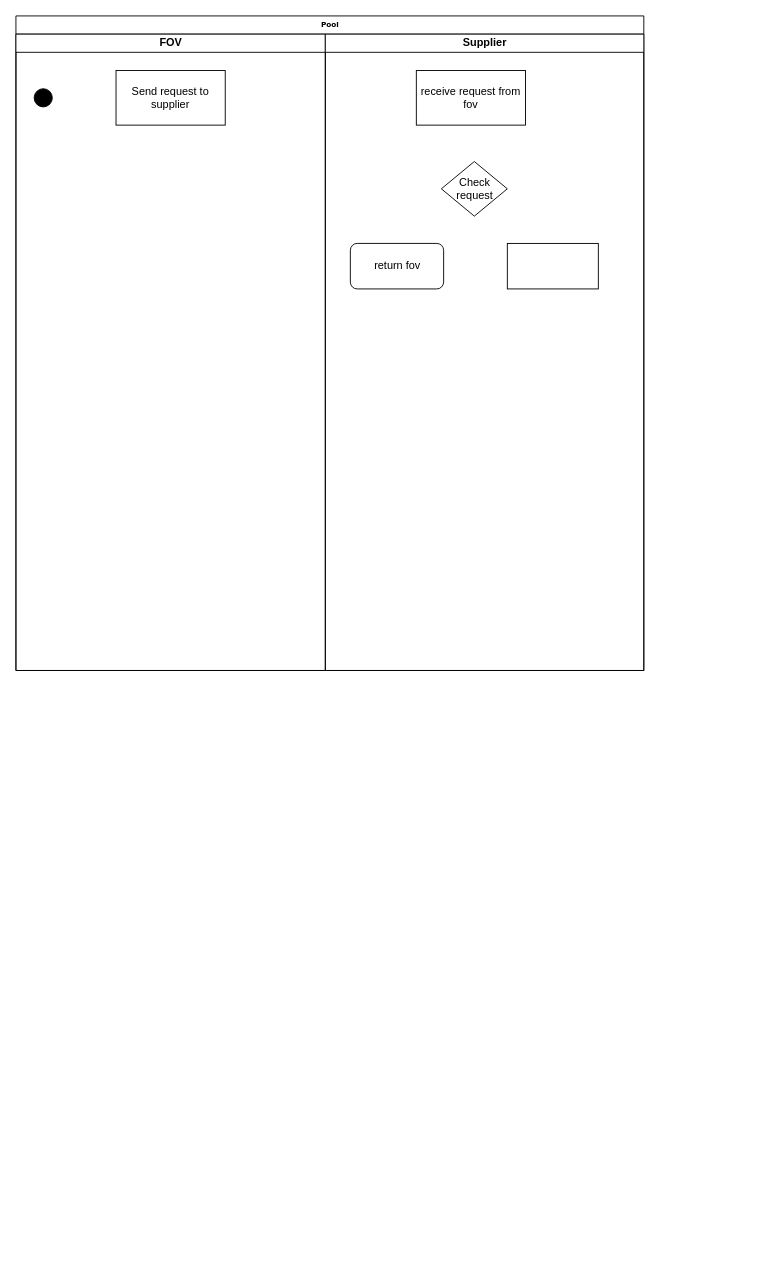
Earlier version of the draw.io diagram Biểu đồ không có tiêu đề.drawio (jaysonguyen/Shopee). Source tidied: cells renumbered, new cells numbered last; positions are measured from the earlier drawing's top-left corner, leaving out a move shared by most shapes. Both pictures are drawn from the tidied source at 91%, with x=0, y=0 at pixel (15, 15).
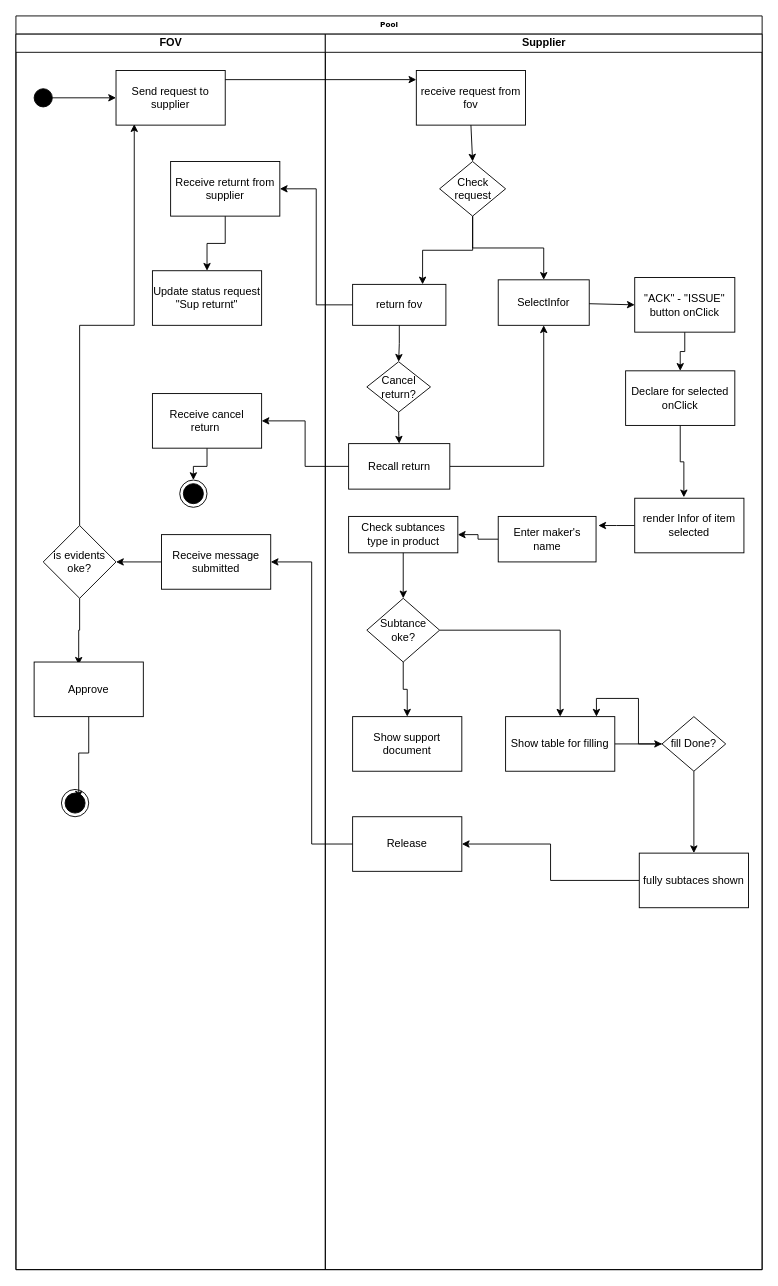
The same diagram, later.

The change refers to these unchanged cells:
```xml
<mxCell id="4" style="ellipse;fillColor=strokeColor;html=1;" parent="3" vertex="1">
  <mxGeometry x="20" y="60" width="20" height="20" as="geometry" />
</mxCell>
<mxCell id="5" value="Send request to supplier" style="rounded=0;whiteSpace=wrap;html=1;" parent="3" vertex="1">
  <mxGeometry x="110" y="40" width="120" height="60" as="geometry" />
</mxCell>
<mxCell id="7" value="receive request from fov" style="rounded=0;whiteSpace=wrap;html=1;" parent="6" vertex="1">
  <mxGeometry x="100" y="40" width="120" height="60" as="geometry" />
</mxCell>
```

The edit, as a diff of the source:
```diff
@@
     <mxCell id="2" value="Pool" style="swimlane;html=1;startSize=20;rounded=0;shadow=0;labelBackgroundColor=none;strokeWidth=1;fontFamily=Verdana;fontSize=8;align=center;" parent="1" vertex="1">
-      <mxGeometry width="690" height="719.3" as="geometry" />
+      <mxGeometry width="820" height="1377.7" as="geometry" />
     </mxCell>
     <mxCell id="3" value="FOV" style="swimlane;html=1;startSize=20;" parent="2" vertex="1">
-      <mxGeometry y="20" width="340" height="699.3" as="geometry" />
+      <mxGeometry y="20" width="340" height="1357.7" as="geometry" />
     </mxCell>
@@
+    <mxCell id="11" style="edgeStyle=orthogonalEdgeStyle;rounded=0;jettySize=auto;html=1;" parent="3" edge="1" source="12" target="15">
+      <mxGeometry relative="1" as="geometry" />
+    </mxCell>
+    <mxCell id="12" value="Receive returnt from supplier" style="rounded=0;whiteSpace=wrap;html=1;" parent="3" vertex="1">
+      <mxGeometry x="170" y="140" width="120" height="60" as="geometry" />
+    </mxCell>
+    <mxCell id="13" style="edgeStyle=orthogonalEdgeStyle;rounded=0;jettySize=auto;html=1;entryX=0.5;entryY=0;entryDx=0;entryDy=0;" parent="3" edge="1" source="14" target="26">
+      <mxGeometry relative="1" as="geometry" />
+    </mxCell>
+    <mxCell id="14" value="Receive cancel return&amp;nbsp;" style="rounded=0;whiteSpace=wrap;html=1;" parent="3" vertex="1">
+      <mxGeometry x="150" y="395" width="120" height="60" as="geometry" />
+    </mxCell>
+    <mxCell id="15" value="Update status request &quot;Sup returnt&quot;" style="rounded=0;whiteSpace=wrap;html=1;" parent="3" vertex="1">
+      <mxGeometry x="150" y="260" width="120" height="60" as="geometry" />
+    </mxCell>
+    <mxCell id="16" style="edgeStyle=orthogonalEdgeStyle;rounded=0;jettySize=auto;html=1;" parent="3" edge="1" source="17" target="20">
+      <mxGeometry relative="1" as="geometry" />
+    </mxCell>
+    <mxCell id="17" value="Receive message submitted" style="rounded=0;whiteSpace=wrap;html=1;" parent="3" vertex="1">
+      <mxGeometry x="160" y="550" width="120" height="60" as="geometry" />
+    </mxCell>
+    <mxCell id="18" style="edgeStyle=orthogonalEdgeStyle;rounded=0;jettySize=auto;html=1;entryX=0.408;entryY=0.05;entryDx=0;entryDy=0;entryPerimeter=0;" parent="3" edge="1" source="20" target="22">
+      <mxGeometry relative="1" as="geometry" />
+    </mxCell>
+    <mxCell id="19" style="edgeStyle=orthogonalEdgeStyle;rounded=0;jettySize=auto;html=1;entryX=0.167;entryY=0.983;entryDx=0;entryDy=0;entryPerimeter=0;" parent="3" edge="1" source="20" target="5">
+      <mxGeometry relative="1" as="geometry" />
+    </mxCell>
+    <mxCell id="20" value="is evidents oke?&lt;br&gt;" style="rhombus;whiteSpace=wrap;html=1;" parent="3" vertex="1">
+      <mxGeometry x="30" y="540" width="80" height="80" as="geometry" />
+    </mxCell>
+    <mxCell id="21" style="edgeStyle=orthogonalEdgeStyle;rounded=0;jettySize=auto;html=1;entryX=0.633;entryY=0.333;entryDx=0;entryDy=0;entryPerimeter=0;" parent="3" edge="1" source="22" target="23">
+      <mxGeometry relative="1" as="geometry" />
+    </mxCell>
+    <mxCell id="22" value="Approve" style="rounded=0;whiteSpace=wrap;html=1;" parent="3" vertex="1">
+      <mxGeometry x="20" y="690" width="120" height="60" as="geometry" />
+    </mxCell>
+    <mxCell id="23" style="ellipse;html=1;shape=endState;fillColor=strokeColor;" parent="3" vertex="1">
+      <mxGeometry x="50" y="830" width="30" height="30" as="geometry" />
+    </mxCell>
+    <mxCell id="24" style="endArrow=classic;html=1;rounded=0;entryX=0;entryY=0.5;entryDx=0;entryDy=0;exitX=1;exitY=0.5;exitDx=0;exitDy=0;" parent="3" edge="1" source="4" target="5">
+      <mxGeometry relative="1" as="geometry" />
+    </mxCell>
+    <mxCell id="25" style="endArrow=classic;html=1;rounded=0;entryX=0;entryY=0.5;entryDx=0;entryDy=0;exitX=1;exitY=0.5;exitDx=0;exitDy=0;" parent="3" edge="1">
+      <mxGeometry relative="1" as="geometry">
+        <mxPoint x="230" y="50" as="sourcePoint" />
+        <mxPoint x="440" y="50" as="targetPoint" />
+      </mxGeometry>
+    </mxCell>
+    <mxCell id="26" style="ellipse;html=1;shape=endState;fillColor=strokeColor;" parent="3" vertex="1">
+      <mxGeometry x="180" y="490" width="30" height="30" as="geometry" />
+    </mxCell>
     <mxCell id="6" value="Supplier" style="swimlane;html=1;startSize=20;" parent="2" vertex="1">
-      <mxGeometry x="340" y="20" width="350" height="699.3" as="geometry" />
+      <mxGeometry x="340" y="20" width="480" height="1357.7" as="geometry" />
     </mxCell>
@@
+    <mxCell id="27" style="edgeStyle=orthogonalEdgeStyle;rounded=0;jettySize=auto;html=1;entryX=0.75;entryY=0;entryDx=0;entryDy=0;" parent="6" edge="1" source="8" target="9">
+      <mxGeometry relative="1" as="geometry" />
+    </mxCell>
+    <mxCell id="28" style="edgeStyle=orthogonalEdgeStyle;rounded=0;jettySize=auto;html=1;entryX=0.5;entryY=0;entryDx=0;entryDy=0;" parent="6" edge="1" source="8" target="10">
+      <mxGeometry relative="1" as="geometry" />
+    </mxCell>
     <mxCell id="8" value="Check request" style="rhombus;whiteSpace=wrap;html=1;" parent="6" vertex="1">
-      <mxGeometry x="127.5" y="140" width="72.5" height="60" as="geometry" />
+      <mxGeometry x="125.6" y="140" width="72.5" height="60" as="geometry" />
     </mxCell>
+    <mxCell id="10" value="SelectInfor" style="rounded=0;whiteSpace=wrap;html=1;" parent="6" vertex="1">
+      <mxGeometry x="190" y="270" width="100" height="50" as="geometry" />
+    </mxCell>
+    <mxCell id="29" style="edgeStyle=orthogonalEdgeStyle;rounded=0;jettySize=auto;html=1;entryX=0.5;entryY=0;entryDx=0;entryDy=0;" parent="6" edge="1" source="30" target="39">
+      <mxGeometry relative="1" as="geometry" />
+    </mxCell>
+    <mxCell id="30" value="&quot;ACK&quot; - &quot;ISSUE&quot; button onClick" style="rounded=0;whiteSpace=wrap;html=1;" parent="6" vertex="1">
+      <mxGeometry x="340" y="267.5" width="110" height="60" as="geometry" />
+    </mxCell>
+    <mxCell id="31" style="edgeStyle=orthogonalEdgeStyle;rounded=0;jettySize=auto;html=1;" parent="6" edge="1" source="32">
+      <mxGeometry relative="1" as="geometry">
+        <mxPoint x="300" y="540" as="targetPoint" />
+      </mxGeometry>
+    </mxCell>
+    <mxCell id="32" value="render Infor of item selected" style="rounded=0;whiteSpace=wrap;html=1;" parent="6" vertex="1">
+      <mxGeometry x="340" y="510" width="120" height="60" as="geometry" />
+    </mxCell>
+    <mxCell id="33" style="edgeStyle=orthogonalEdgeStyle;rounded=0;jettySize=auto;html=1;entryX=0.5;entryY=0;entryDx=0;entryDy=0;" parent="6" edge="1" source="34" target="37">
+      <mxGeometry relative="1" as="geometry" />
+    </mxCell>
+    <mxCell id="34" value="Cancel return?" style="rhombus;whiteSpace=wrap;html=1;" parent="6" vertex="1">
+      <mxGeometry x="45.6" y="360" width="70" height="55.4" as="geometry" />
+    </mxCell>
+    <mxCell id="35" style="edgeStyle=orthogonalEdgeStyle;rounded=0;jettySize=auto;html=1;entryX=0.5;entryY=0;entryDx=0;entryDy=0;" parent="6" edge="1" source="9" target="34">
+      <mxGeometry relative="1" as="geometry" />
+    </mxCell>
-    <mxCell id="9" value="return fov" style="rounded=1;whiteSpace=wrap;html=1;" parent="6" vertex="1">
-      <mxGeometry x="27.5" y="230" width="102.5" height="50" as="geometry" />
+    <mxCell id="9" value="return fov" style="rounded=0;whiteSpace=wrap;html=1;" parent="6" vertex="1">
+      <mxGeometry x="30" y="275" width="102.5" height="45" as="geometry" />
     </mxCell>
-    <mxCell id="10" style="rounded=0;whiteSpace=wrap;html=1;" parent="6" vertex="1">
-      <mxGeometry x="200" y="230" width="100" height="50" as="geometry" />
-    </mxCell>
+    <mxCell id="36" style="edgeStyle=orthogonalEdgeStyle;rounded=0;jettySize=auto;html=1;entryX=0.5;entryY=1;entryDx=0;entryDy=0;" parent="6" edge="1" source="37" target="10">
+      <mxGeometry relative="1" as="geometry" />
+    </mxCell>
+    <mxCell id="37" value="Recall return" style="rounded=0;whiteSpace=wrap;html=1;" parent="6" vertex="1">
+      <mxGeometry x="25.6" y="450" width="111.2" height="50" as="geometry" />
+    </mxCell>
+    <mxCell id="38" style="edgeStyle=orthogonalEdgeStyle;rounded=0;jettySize=auto;html=1;entryX=0.45;entryY=-0.017;entryDx=0;entryDy=0;entryPerimeter=0;" parent="6" edge="1" source="39" target="32">
+      <mxGeometry relative="1" as="geometry" />
+    </mxCell>
+    <mxCell id="39" value="Declare for selected onClick" style="rounded=0;whiteSpace=wrap;html=1;" parent="6" vertex="1">
+      <mxGeometry x="330" y="370" width="120" height="60" as="geometry" />
+    </mxCell>
+    <mxCell id="40" style="edgeStyle=orthogonalEdgeStyle;rounded=0;jettySize=auto;html=1;" parent="6" edge="1" source="41" target="42">
+      <mxGeometry relative="1" as="geometry" />
+    </mxCell>
+    <mxCell id="41" value="Enter maker's name" style="rounded=0;whiteSpace=wrap;html=1;" parent="6" vertex="1">
+      <mxGeometry x="190" y="530" width="107.5" height="50" as="geometry" />
+    </mxCell>
+    <mxCell id="42" value="Check subtances type in product" style="rounded=0;whiteSpace=wrap;html=1;" parent="6" vertex="1">
+      <mxGeometry x="25.6" y="530" width="120" height="40" as="geometry" />
+    </mxCell>
+    <mxCell id="43" style="edgeStyle=orthogonalEdgeStyle;rounded=0;jettySize=auto;html=1;entryX=0.5;entryY=0;entryDx=0;entryDy=0;" parent="6" edge="1" source="45" target="48">
+      <mxGeometry relative="1" as="geometry" />
+    </mxCell>
+    <mxCell id="44" style="edgeStyle=orthogonalEdgeStyle;rounded=0;jettySize=auto;html=1;entryX=0.5;entryY=0;entryDx=0;entryDy=0;" parent="6" edge="1" source="45" target="47">
+      <mxGeometry relative="1" as="geometry" />
+    </mxCell>
+    <mxCell id="45" value="Subtance oke?" style="rhombus;whiteSpace=wrap;html=1;" parent="6" vertex="1">
+      <mxGeometry x="45.6" y="620" width="80" height="70" as="geometry" />
+    </mxCell>
+    <mxCell id="46" style="edgeStyle=orthogonalEdgeStyle;rounded=0;jettySize=auto;html=1;entryX=0;entryY=0.5;entryDx=0;entryDy=0;" parent="6" edge="1" source="47" target="51">
+      <mxGeometry relative="1" as="geometry" />
+    </mxCell>
+    <mxCell id="47" value="Show table for filling" style="rounded=0;whiteSpace=wrap;html=1;" parent="6" vertex="1">
+      <mxGeometry x="198.1" y="750" width="120" height="60" as="geometry" />
+    </mxCell>
+    <mxCell id="48" value="Show support document" style="rounded=0;whiteSpace=wrap;html=1;" parent="6" vertex="1">
+      <mxGeometry x="30" y="750" width="120" height="60" as="geometry" />
+    </mxCell>
+    <mxCell id="49" style="edgeStyle=orthogonalEdgeStyle;rounded=0;jettySize=auto;html=1;entryX=0.5;entryY=0;entryDx=0;entryDy=0;" parent="6" edge="1" source="51" target="53">
+      <mxGeometry relative="1" as="geometry" />
+    </mxCell>
+    <mxCell id="50" style="edgeStyle=orthogonalEdgeStyle;rounded=0;jettySize=auto;html=1;entryX=0.832;entryY=0;entryDx=0;entryDy=0;entryPerimeter=0;" parent="6" edge="1" source="51" target="47">
+      <mxGeometry relative="1" as="geometry" />
+    </mxCell>
+    <mxCell id="51" value="fill Done?" style="rhombus;whiteSpace=wrap;html=1;" parent="6" vertex="1">
+      <mxGeometry x="370" y="750" width="70" height="60" as="geometry" />
+    </mxCell>
+    <mxCell id="52" style="edgeStyle=orthogonalEdgeStyle;rounded=0;jettySize=auto;html=1;entryX=1;entryY=0.5;entryDx=0;entryDy=0;" parent="6" edge="1" source="53" target="54">
+      <mxGeometry relative="1" as="geometry" />
+    </mxCell>
+    <mxCell id="53" value="fully subtaces shown" style="rounded=0;whiteSpace=wrap;html=1;" parent="6" vertex="1">
+      <mxGeometry x="345" y="900" width="120" height="60" as="geometry" />
+    </mxCell>
+    <mxCell id="54" value="Release" style="rounded=0;whiteSpace=wrap;html=1;" parent="6" vertex="1">
+      <mxGeometry x="30" y="860" width="120" height="60" as="geometry" />
+    </mxCell>
+    <mxCell id="55" style="endArrow=classic;html=1;rounded=0;entryX=0.5;entryY=0;entryDx=0;entryDy=0;exitX=0.5;exitY=1;exitDx=0;exitDy=0;" parent="6" edge="1" source="7" target="8">
+      <mxGeometry relative="1" as="geometry" />
+    </mxCell>
+    <mxCell id="56" style="endArrow=classic;html=1;rounded=0;entryX=0;entryY=0.5;entryDx=0;entryDy=0;" parent="6" edge="1" source="10" target="30">
+      <mxGeometry relative="1" as="geometry" />
+    </mxCell>
+    <mxCell id="57" style="endArrow=classic;html=1;rounded=0;entryX=0.5;entryY=0;entryDx=0;entryDy=0;exitX=0.5;exitY=1;exitDx=0;exitDy=0;" parent="6" edge="1" source="42" target="45">
+      <mxGeometry relative="1" as="geometry" />
+    </mxCell>
+    <mxCell id="58" style="edgeStyle=orthogonalEdgeStyle;rounded=0;jettySize=auto;html=1;entryX=1;entryY=0.5;entryDx=0;entryDy=0;" parent="2" edge="1" source="37" target="14">
+      <mxGeometry relative="1" as="geometry" />
+    </mxCell>
+    <mxCell id="59" style="edgeStyle=orthogonalEdgeStyle;rounded=0;jettySize=auto;html=1;entryX=1;entryY=0.5;entryDx=0;entryDy=0;" parent="2" edge="1" source="9" target="12">
+      <mxGeometry relative="1" as="geometry" />
+    </mxCell>
+    <mxCell id="60" style="edgeStyle=orthogonalEdgeStyle;rounded=0;jettySize=auto;html=1;entryX=1;entryY=0.5;entryDx=0;entryDy=0;" parent="2" edge="1" source="54" target="17">
+      <mxGeometry relative="1" as="geometry" />
+    </mxCell>
```
